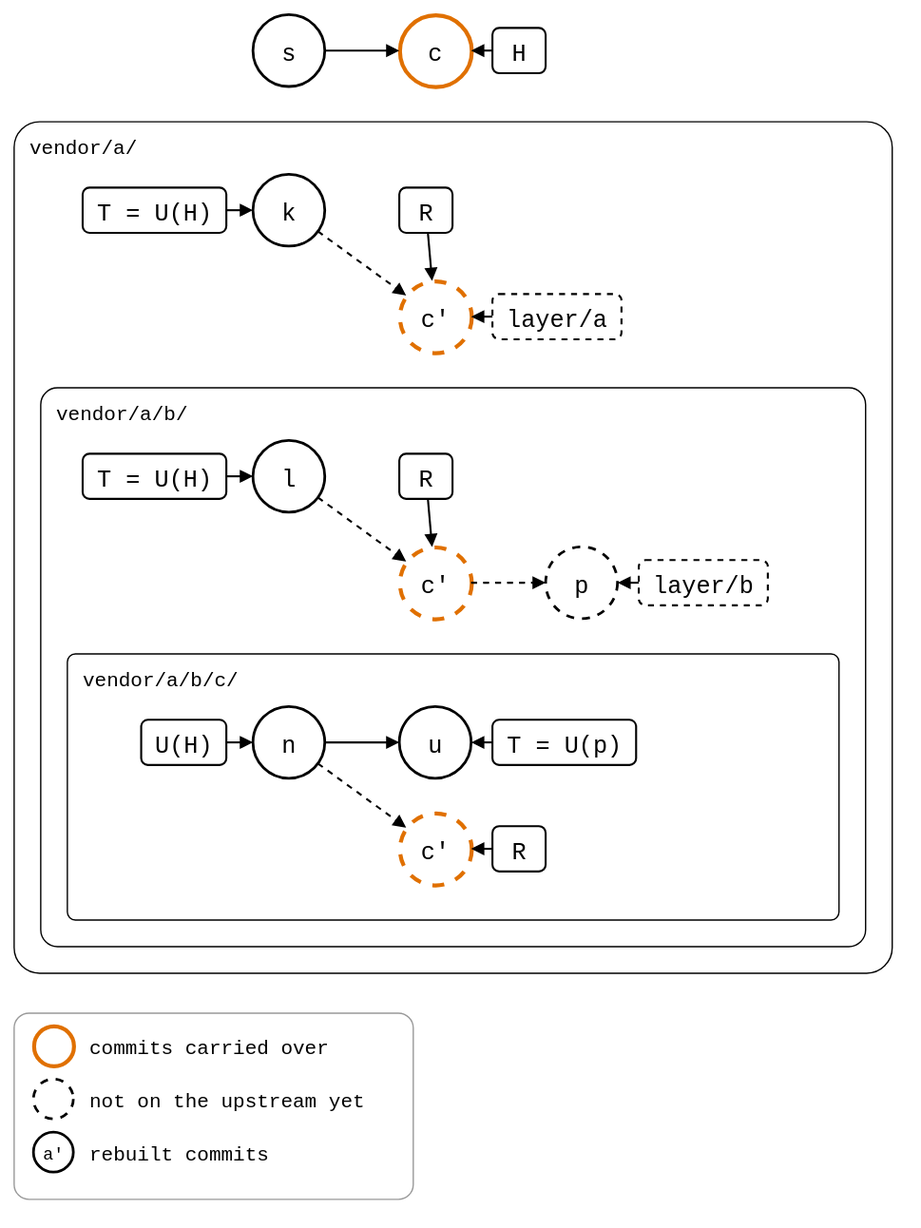
The draw.io diagram docs/09-scenarios/05-nested-splices/01-nested-splices/02-three-levels/levels-pulled-below.drawio.svg in roschaefer/git-splice, before a commit. Source tidied: cells renumbered, new cells last; positions are measured from the earlier drawing's top-left corner, leaving out a move shared by most shapes.
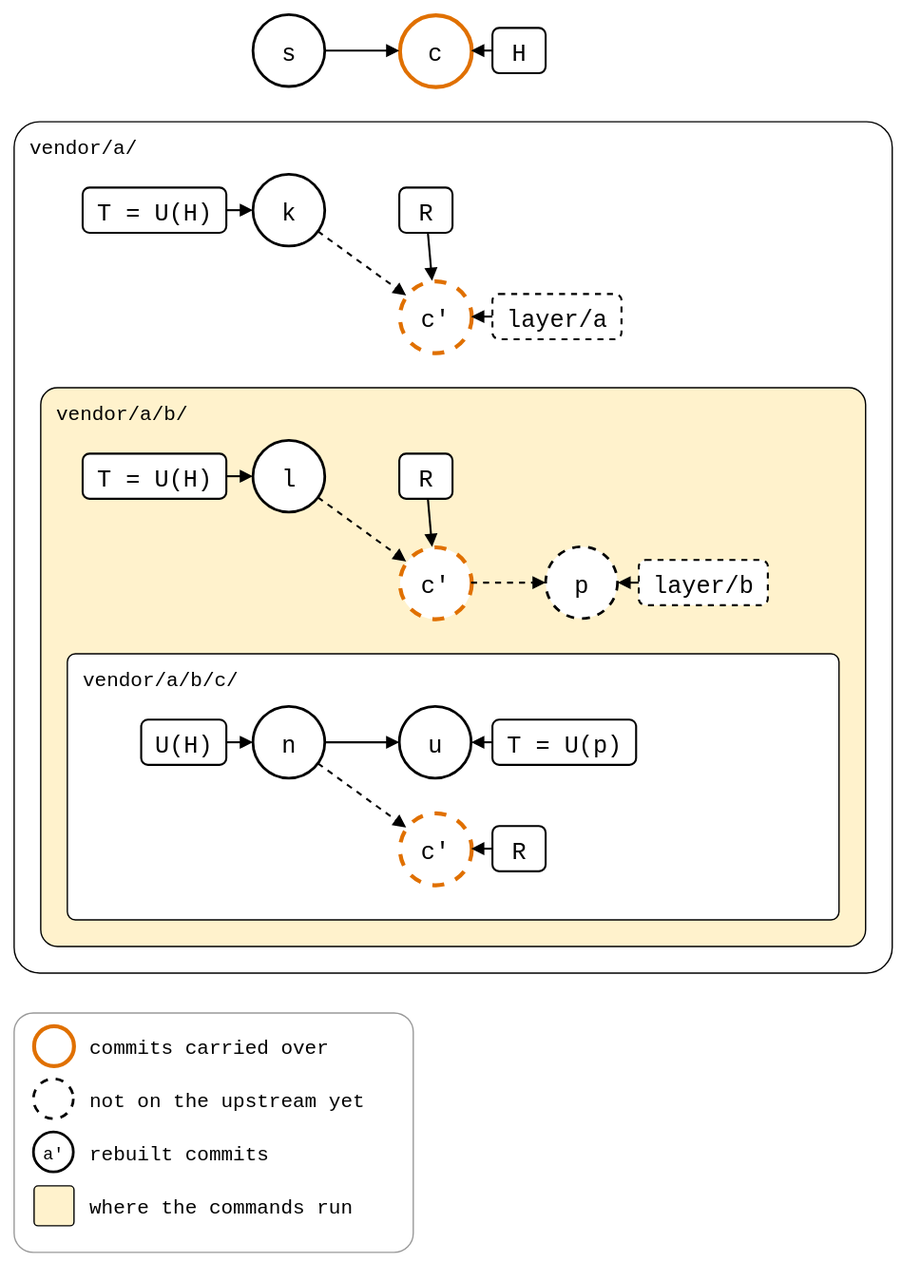
Later version of the same file.

Commit message:
docs(scenarios): show where the three-level pull's commands run

Change to the diagram source:
```diff
@@ -5,10 +5,10 @@
     <mxCell id="2" value="vendor/a/" style="rounded=1;arcSize=3;fillColor=none;strokeWidth=1;fontSize=15;verticalAlign=top;align=left;spacingLeft=10;spacingTop=4;fontFamily=Roboto Mono,monospace;" parent="1" vertex="1">
       <mxGeometry y="80" width="660" height="640" as="geometry" />
     </mxCell>
-    <mxCell id="3" value="vendor/a/b/" style="rounded=1;arcSize=3;fillColor=none;strokeWidth=1;fontSize=15;verticalAlign=top;align=left;spacingLeft=10;spacingTop=4;fontFamily=Roboto Mono,monospace;" parent="1" vertex="1">
+    <mxCell id="3" value="vendor/a/b/" style="rounded=1;arcSize=3;fillColor=#FFF2CC;strokeWidth=1;fontSize=15;verticalAlign=top;align=left;spacingLeft=10;spacingTop=4;fontFamily=Roboto Mono,monospace;" parent="1" vertex="1">
       <mxGeometry x="20" y="280" width="620" height="420" as="geometry" />
     </mxCell>
-    <mxCell id="4" value="vendor/a/b/c/" style="rounded=1;arcSize=3;fillColor=none;strokeWidth=1;fontSize=15;verticalAlign=top;align=left;spacingLeft=10;spacingTop=4;fontFamily=Roboto Mono,monospace;" parent="1" vertex="1">
+    <mxCell id="4" value="vendor/a/b/c/" style="rounded=1;arcSize=3;fillColor=#ffffff;strokeWidth=1;fontSize=15;verticalAlign=top;align=left;spacingLeft=10;spacingTop=4;fontFamily=Roboto Mono,monospace;" parent="1" vertex="1">
       <mxGeometry x="40" y="480" width="580" height="200" as="geometry" />
     </mxCell>
     <mxCell id="5" value="s" style="ellipse;strokeWidth=2;fontSize=18;fontFamily=Roboto Mono,monospace;" parent="1" vertex="1">
@@ -120,7 +120,7 @@
       <mxGeometry relative="1" as="geometry" />
     </mxCell>
     <mxCell id="41" style="rounded=1;arcSize=8;fillColor=none;strokeColor=#999999;strokeWidth=1;legend=1;" parent="1" vertex="1">
-      <mxGeometry y="750" width="300" height="140" as="geometry" />
+      <mxGeometry y="750" width="300" height="180" as="geometry" />
     </mxCell>
     <mxCell id="42" style="ellipse;fontSize=13;fontFamily=Roboto Mono,monospace;strokeWidth=2;strokeColor=#E07000;strokeWidth=3;" parent="41" vertex="1">
       <mxGeometry x="15" y="10" width="30" height="30" as="geometry" />
@@ -140,5 +140,11 @@
     <mxCell id="47" value="rebuilt commits" style="text;align=left;verticalAlign=middle;fontSize=15;fontFamily=Roboto Mono,monospace;" parent="41" vertex="1">
       <mxGeometry x="55" y="90" width="240" height="30" as="geometry" />
     </mxCell>
+    <mxCell id="48" style="rounded=1;arcSize=10;strokeWidth=1;fillColor=#FFF2CC;" parent="41" vertex="1">
+      <mxGeometry x="15" y="130" width="30" height="30" as="geometry" />
+    </mxCell>
+    <mxCell id="49" value="where the commands run" style="text;align=left;verticalAlign=middle;fontSize=15;fontFamily=Roboto Mono,monospace;" parent="41" vertex="1">
+      <mxGeometry x="55" y="130" width="240" height="30" as="geometry" />
+    </mxCell>
   </root>
 </mxGraphModel>
```
